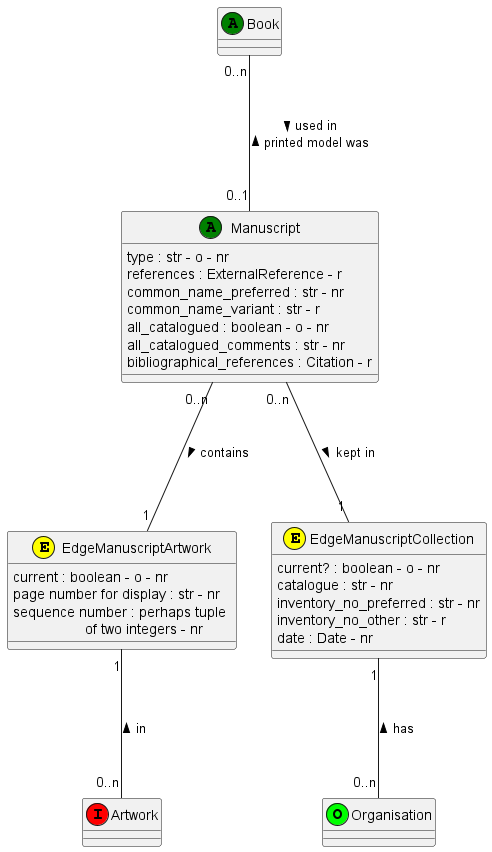
The PlantUML diagram documentation/class_diagrams/Manuscript.png in tmasch/bpf_be, before a commit.
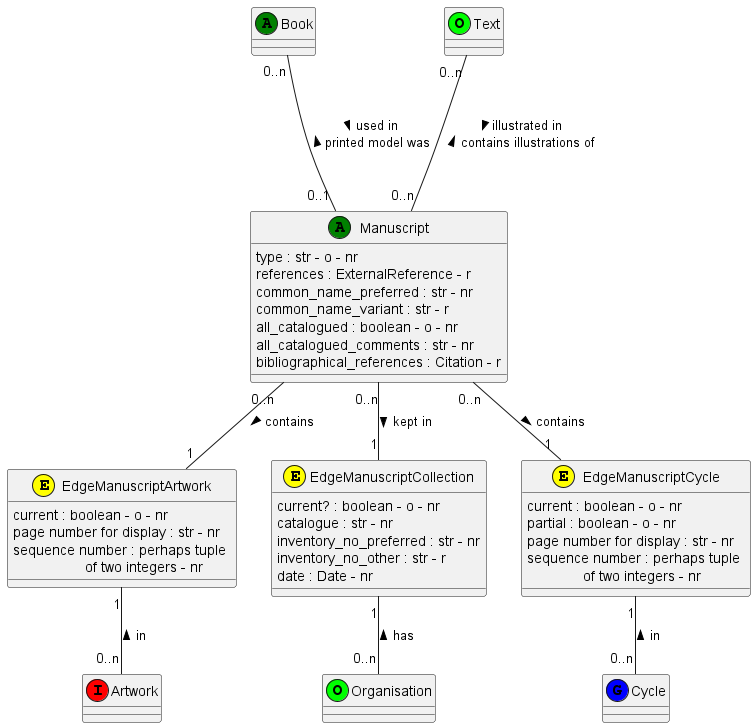
Later version of the same file.

The edit, as a diff of the source:
```diff
@@ -14,9 +14,13 @@
 EdgeManuscriptArtwork : page number for display : str - nr
 EdgeManuscriptArtwork : sequence number : perhaps tuple \n                  of two integers - nr
 
+class Cycle <<(G,blue)>>
+
 class Artwork <<(I,red)>>
 
 class Book <<(A,green)>>
+
+class Text <<(O,lime)>>
 
 class EdgeManuscriptCollection <<(E,yellow)>>
 EdgeManuscriptCollection : current? : boolean - o - nr
@@ -25,16 +29,26 @@
 EdgeManuscriptCollection : inventory_no_other : str - r
 EdgeManuscriptCollection : date : Date - nr
 
+
+class EdgeManuscriptCycle  <<(E,yellow)>>
+EdgeManuscriptCycle : current : boolean - o - nr
+EdgeManuscriptCycle : partial : boolean - o - nr
+EdgeManuscriptCycle : page number for display : str - nr
+EdgeManuscriptCycle : sequence number : perhaps tuple \n              of two integers - nr
 class Organisation <<(O,lime)>>
 
 Book "0..n" --- "0..1" Manuscript : > used in  \n printed model was <
 
-Manuscript "0..n" --- "1" EdgeManuscriptArtwork : contains >
+Manuscript "0..n" -- "1" EdgeManuscriptArtwork : contains >
+EdgeManuscriptArtwork "1" -- "0..n" Artwork : in <
 
-EdgeManuscriptArtwork "1" --- "0..n" Artwork : in <
+Manuscript "0..n" -- "1" EdgeManuscriptCycle : contains >
+EdgeManuscriptCycle "1" -- "0..n" Cycle : in <
 
-Manuscript "0..n" --- "1" EdgeManuscriptCollection : kept in >
 
-EdgeManuscriptCollection "1" --- "0..n" Organisation : has <
+Manuscript "0..n" -- "1" EdgeManuscriptCollection : kept in >
+EdgeManuscriptCollection "1" -- "0..n" Organisation : has <
+
+Text "0..n" --- "0..n" Manuscript: > illustrated in \n contains illustrations of <
 
 @enduml
```
